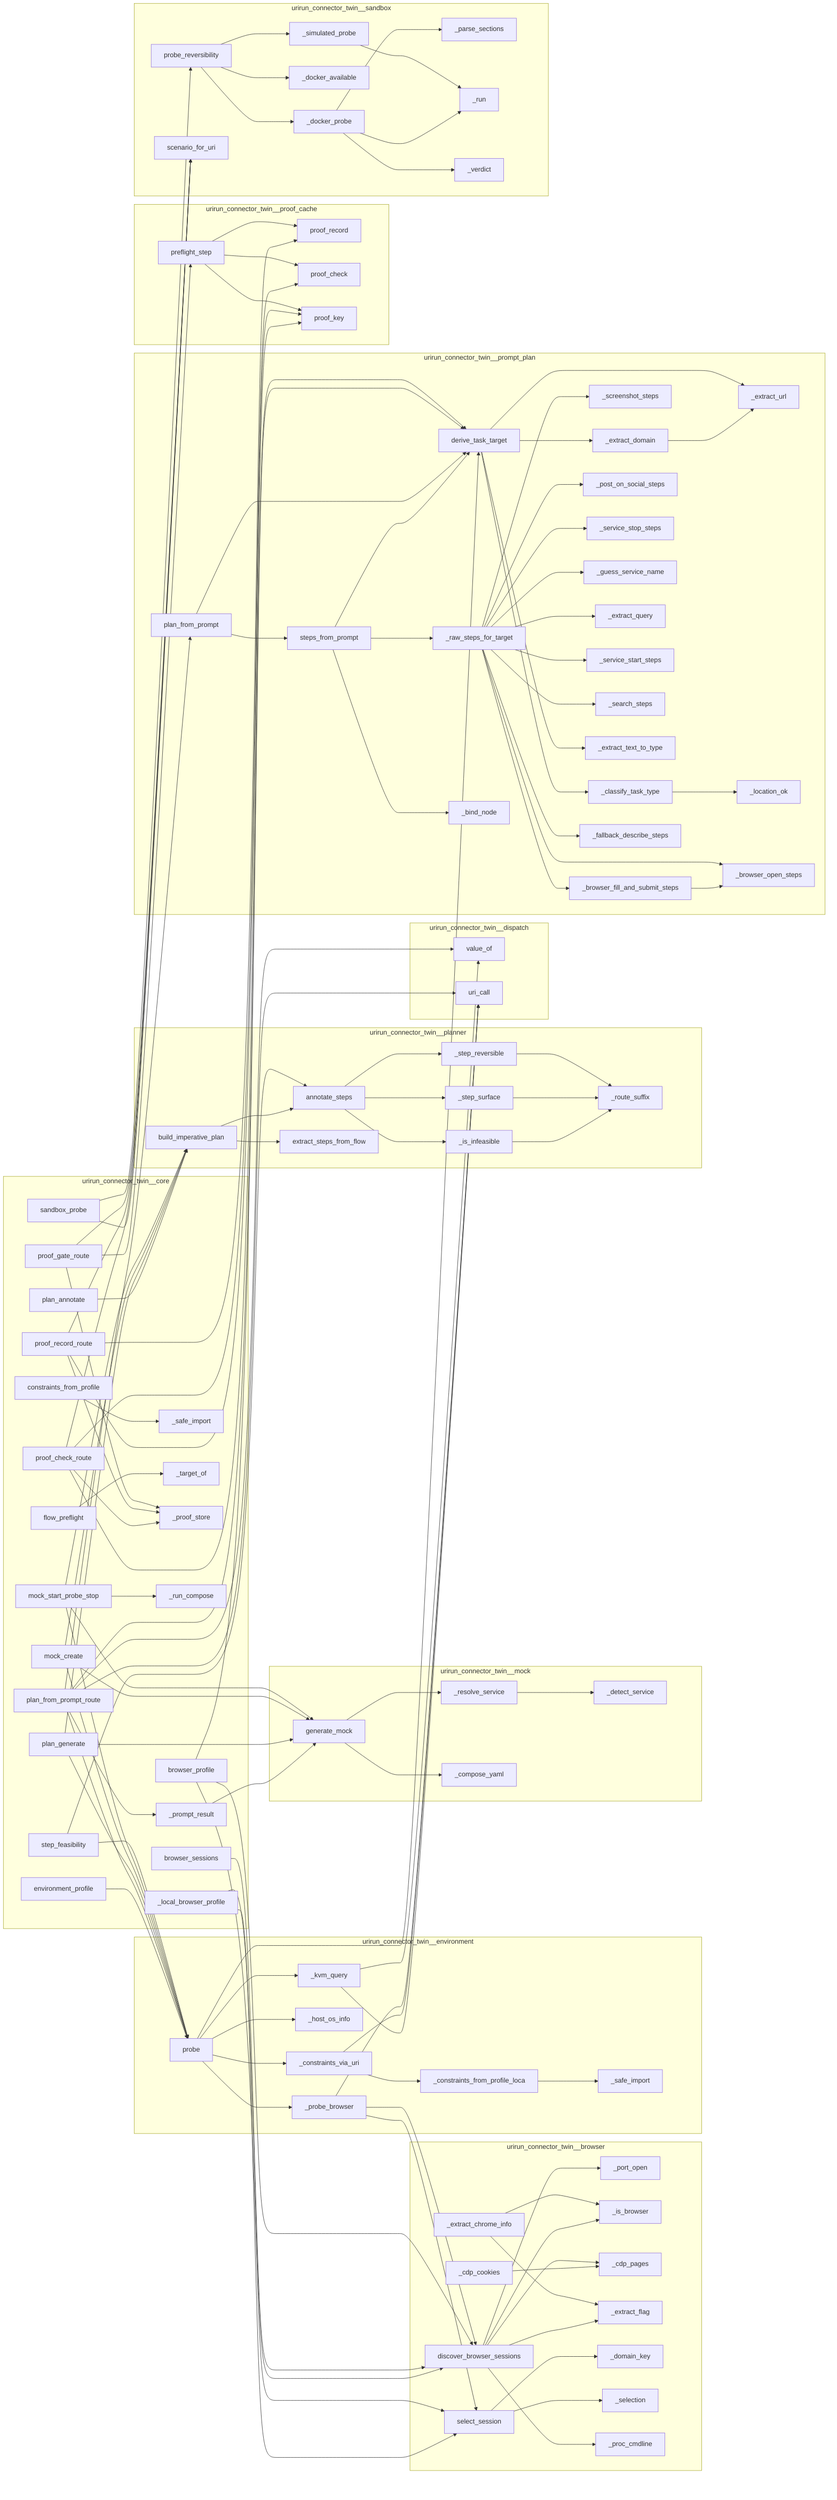
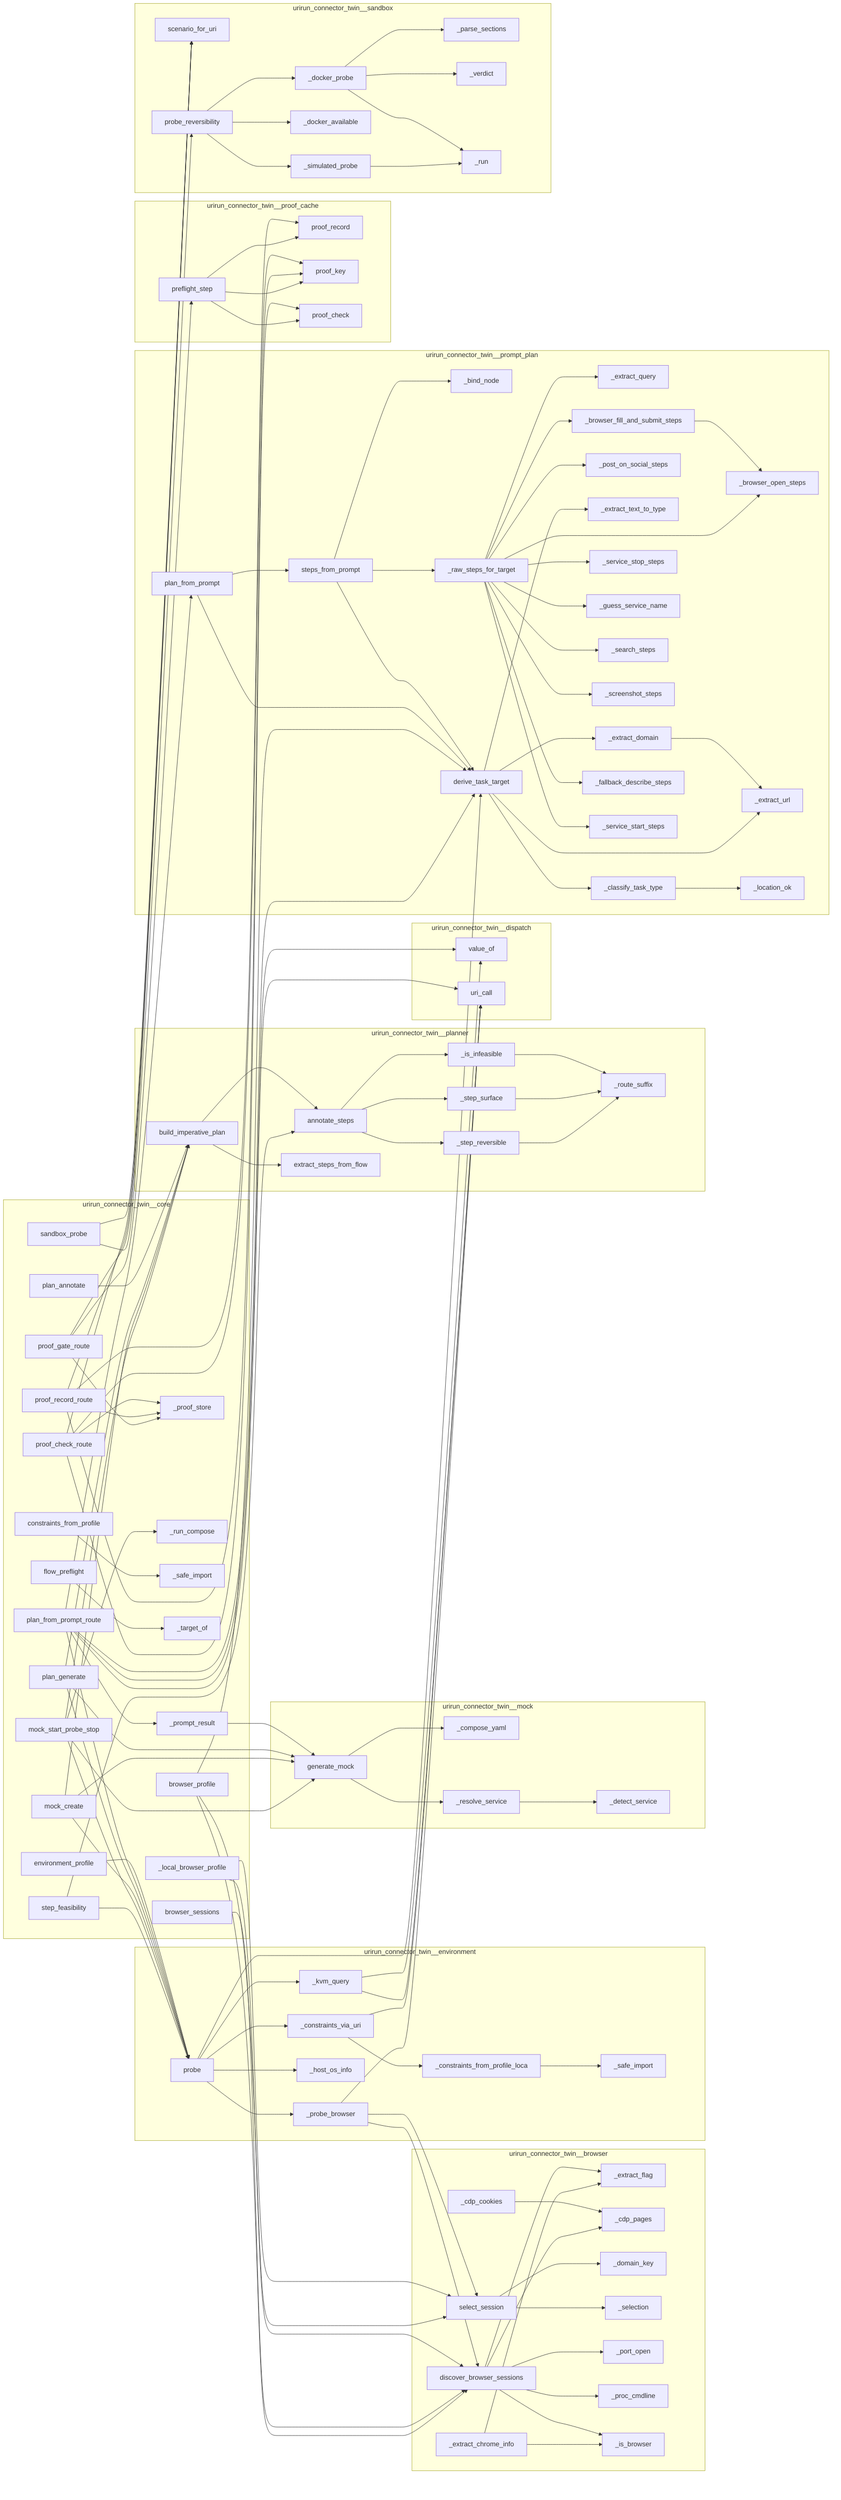
flowchart LR
%% generated in 0.00s
    subgraph urirun_connector_twin__browser
+         urirun_connector_twin__browser__select_session["select_session"]
+         urirun_connector_twin__browser___extract_flag["_extract_flag"]
        urirun_connector_twin__browser___extract_chrome_info["_extract_chrome_info"]
+         urirun_connector_twin__browser___cdp_pages["_cdp_pages"]
+         urirun_connector_twin__browser___domain_key["_domain_key"]
+         urirun_connector_twin__browser___cdp_cookies["_cdp_cookies"]
+         urirun_connector_twin__browser___selection["_selection"]
        urirun_connector_twin__browser___port_open["_port_open"]
        urirun_connector_twin__browser__discover_browser_sessions["discover_browser_sessions"]
+         urirun_connector_twin__browser___proc_cmdline["_proc_cmdline"]
        urirun_connector_twin__browser___is_browser["_is_browser"]
-         urirun_connector_twin__browser__select_session["select_session"]
-         urirun_connector_twin__browser___cdp_pages["_cdp_pages"]
-         urirun_connector_twin__browser___extract_flag["_extract_flag"]
-         urirun_connector_twin__browser___domain_key["_domain_key"]
-         urirun_connector_twin__browser___selection["_selection"]
-         urirun_connector_twin__browser___proc_cmdline["_proc_cmdline"]
-         urirun_connector_twin__browser___cdp_cookies["_cdp_cookies"]
    end
    subgraph urirun_connector_twin__core
-         urirun_connector_twin__core__browser_profile["browser_profile"]
+         urirun_connector_twin__core__flow_preflight["flow_preflight"]
        urirun_connector_twin__core__browser_sessions["browser_sessions"]
-         urirun_connector_twin__core___safe_import["_safe_import"]
+         urirun_connector_twin__core__sandbox_probe["sandbox_probe"]
        urirun_connector_twin__core___prompt_result["_prompt_result"]
        urirun_connector_twin__core__mock_create["mock_create"]
-         urirun_connector_twin__core__sandbox_probe["sandbox_probe"]
        urirun_connector_twin__core__proof_check_route["proof_check_route"]
+         urirun_connector_twin__core__proof_record_route["proof_record_route"]
+         urirun_connector_twin__core___proof_store["_proof_store"]
        urirun_connector_twin__core__environment_profile["environment_profile"]
-         urirun_connector_twin__core__proof_record_route["proof_record_route"]
+         urirun_connector_twin__core___run_compose["_run_compose"]
+         urirun_connector_twin__core___safe_import["_safe_import"]
+         urirun_connector_twin__core___local_browser_profile["_local_browser_profile"]
+         urirun_connector_twin__core__plan_generate["plan_generate"]
        urirun_connector_twin__core__plan_annotate["plan_annotate"]
-         urirun_connector_twin__core___target_of["_target_of"]
-         urirun_connector_twin__core__flow_preflight["flow_preflight"]
-         urirun_connector_twin__core___proof_store["_proof_store"]
-         urirun_connector_twin__core__proof_gate_route["proof_gate_route"]
        urirun_connector_twin__core__constraints_from_profile["constraints_from_profile"]
        urirun_connector_twin__core__plan_from_prompt_route["plan_from_prompt_route"]
+         urirun_connector_twin__core__proof_gate_route["proof_gate_route"]
+         urirun_connector_twin__core___target_of["_target_of"]
+         urirun_connector_twin__core__step_feasibility["step_feasibility"]
+         urirun_connector_twin__core__browser_profile["browser_profile"]
        urirun_connector_twin__core__mock_start_probe_stop["mock_start_probe_stop"]
-         urirun_connector_twin__core__plan_generate["plan_generate"]
-         urirun_connector_twin__core___local_browser_profile["_local_browser_profile"]
-         urirun_connector_twin__core___run_compose["_run_compose"]
-         urirun_connector_twin__core__step_feasibility["step_feasibility"]
    end
    subgraph urirun_connector_twin__dispatch
        urirun_connector_twin__dispatch__value_of["value_of"]
        urirun_connector_twin__dispatch__uri_call["uri_call"]
    end
    subgraph urirun_connector_twin__environment
-         urirun_connector_twin__environment___safe_import["_safe_import"]
+         urirun_connector_twin__environment___kvm_query["_kvm_query"]
+         urirun_connector_twin__environment___constraints_from_profile_local["_constraints_from_profile_loca"]
        urirun_connector_twin__environment___constraints_via_uri["_constraints_via_uri"]
        urirun_connector_twin__environment___probe_browser["_probe_browser"]
+         urirun_connector_twin__environment__probe["probe"]
        urirun_connector_twin__environment___host_os_info["_host_os_info"]
-         urirun_connector_twin__environment___kvm_query["_kvm_query"]
-         urirun_connector_twin__environment__probe["probe"]
-         urirun_connector_twin__environment___constraints_from_profile_local["_constraints_from_profile_loca"]
+         urirun_connector_twin__environment___safe_import["_safe_import"]
    end
    subgraph urirun_connector_twin__mock
        urirun_connector_twin__mock___detect_service["_detect_service"]
+         urirun_connector_twin__mock___compose_yaml["_compose_yaml"]
        urirun_connector_twin__mock___resolve_service["_resolve_service"]
        urirun_connector_twin__mock__generate_mock["generate_mock"]
-         urirun_connector_twin__mock___compose_yaml["_compose_yaml"]
    end
    subgraph urirun_connector_twin__planner
+         urirun_connector_twin__planner__build_imperative_plan["build_imperative_plan"]
+         urirun_connector_twin__planner__annotate_steps["annotate_steps"]
+         urirun_connector_twin__planner__extract_steps_from_flow["extract_steps_from_flow"]
+         urirun_connector_twin__planner___step_surface["_step_surface"]
        urirun_connector_twin__planner___step_reversible["_step_reversible"]
-         urirun_connector_twin__planner___step_surface["_step_surface"]
-         urirun_connector_twin__planner__build_imperative_plan["build_imperative_plan"]
+         urirun_connector_twin__planner___is_infeasible["_is_infeasible"]
        urirun_connector_twin__planner___route_suffix["_route_suffix"]
-         urirun_connector_twin__planner__annotate_steps["annotate_steps"]
-         urirun_connector_twin__planner___is_infeasible["_is_infeasible"]
-         urirun_connector_twin__planner__extract_steps_from_flow["extract_steps_from_flow"]
    end
    subgraph urirun_connector_twin__prompt_plan
+         urirun_connector_twin__prompt_plan__steps_from_prompt["steps_from_prompt"]
+         urirun_connector_twin__prompt_plan___extract_query["_extract_query"]
+         urirun_connector_twin__prompt_plan___classify_task_type["_classify_task_type"]
+         urirun_connector_twin__prompt_plan__plan_from_prompt["plan_from_prompt"]
+         urirun_connector_twin__prompt_plan___post_on_social_steps["_post_on_social_steps"]
+         urirun_connector_twin__prompt_plan___extract_text_to_type["_extract_text_to_type"]
        urirun_connector_twin__prompt_plan___extract_domain["_extract_domain"]
+         urirun_connector_twin__prompt_plan___bind_node["_bind_node"]
+         urirun_connector_twin__prompt_plan___browser_open_steps["_browser_open_steps"]
+         urirun_connector_twin__prompt_plan__derive_task_target["derive_task_target"]
+         urirun_connector_twin__prompt_plan___service_stop_steps["_service_stop_steps"]
        urirun_connector_twin__prompt_plan___extract_url["_extract_url"]
-         urirun_connector_twin__prompt_plan__steps_from_prompt["steps_from_prompt"]
+         urirun_connector_twin__prompt_plan___guess_service_name["_guess_service_name"]
+         urirun_connector_twin__prompt_plan___search_steps["_search_steps"]
+         urirun_connector_twin__prompt_plan___screenshot_steps["_screenshot_steps"]
+         urirun_connector_twin__prompt_plan___raw_steps_for_target["_raw_steps_for_target"]
+         urirun_connector_twin__prompt_plan___browser_fill_and_submit_steps["_browser_fill_and_submit_steps"]
        urirun_connector_twin__prompt_plan___location_ok["_location_ok"]
-         urirun_connector_twin__prompt_plan___screenshot_steps["_screenshot_steps"]
-         urirun_connector_twin__prompt_plan___browser_fill_and_submit_steps["_browser_fill_and_submit_steps"]
-         urirun_connector_twin__prompt_plan___post_on_social_steps["_post_on_social_steps"]
-         urirun_connector_twin__prompt_plan___service_stop_steps["_service_stop_steps"]
-         urirun_connector_twin__prompt_plan___guess_service_name["_guess_service_name"]
-         urirun_connector_twin__prompt_plan__derive_task_target["derive_task_target"]
-         urirun_connector_twin__prompt_plan___extract_query["_extract_query"]
+         urirun_connector_twin__prompt_plan___fallback_describe_steps["_fallback_describe_steps"]
        urirun_connector_twin__prompt_plan___service_start_steps["_service_start_steps"]
-         urirun_connector_twin__prompt_plan__plan_from_prompt["plan_from_prompt"]
-         urirun_connector_twin__prompt_plan___search_steps["_search_steps"]
-         urirun_connector_twin__prompt_plan___browser_open_steps["_browser_open_steps"]
-         urirun_connector_twin__prompt_plan___extract_text_to_type["_extract_text_to_type"]
-         urirun_connector_twin__prompt_plan___classify_task_type["_classify_task_type"]
-         urirun_connector_twin__prompt_plan___fallback_describe_steps["_fallback_describe_steps"]
-         urirun_connector_twin__prompt_plan___raw_steps_for_target["_raw_steps_for_target"]
-         urirun_connector_twin__prompt_plan___bind_node["_bind_node"]
    end
    subgraph urirun_connector_twin__proof_cache
+         urirun_connector_twin__proof_cache__preflight_step["preflight_step"]
        urirun_connector_twin__proof_cache__proof_record["proof_record"]
-         urirun_connector_twin__proof_cache__preflight_step["preflight_step"]
+         urirun_connector_twin__proof_cache__proof_key["proof_key"]
        urirun_connector_twin__proof_cache__proof_check["proof_check"]
-         urirun_connector_twin__proof_cache__proof_key["proof_key"]
    end
    subgraph urirun_connector_twin__sandbox
-         urirun_connector_twin__sandbox__probe_reversibility["probe_reversibility"]
+         urirun_connector_twin__sandbox___docker_probe["_docker_probe"]
        urirun_connector_twin__sandbox___parse_sections["_parse_sections"]
-         urirun_connector_twin__sandbox___run["_run"]
-         urirun_connector_twin__sandbox___simulated_probe["_simulated_probe"]
+         urirun_connector_twin__sandbox__scenario_for_uri["scenario_for_uri"]
        urirun_connector_twin__sandbox___verdict["_verdict"]
        urirun_connector_twin__sandbox___docker_available["_docker_available"]
-         urirun_connector_twin__sandbox__scenario_for_uri["scenario_for_uri"]
-         urirun_connector_twin__sandbox___docker_probe["_docker_probe"]
+         urirun_connector_twin__sandbox__probe_reversibility["probe_reversibility"]
+         urirun_connector_twin__sandbox___simulated_probe["_simulated_probe"]
+         urirun_connector_twin__sandbox___run["_run"]
    end
    urirun_connector_twin__sandbox___docker_probe --> urirun_connector_twin__sandbox___run
    urirun_connector_twin__sandbox___docker_probe --> urirun_connector_twin__sandbox___parse_sections
    urirun_connector_twin__sandbox___docker_probe --> urirun_connector_twin__sandbox___verdict
    urirun_connector_twin__sandbox___simulated_probe --> urirun_connector_twin__sandbox___run
    urirun_connector_twin__sandbox__probe_reversibility --> urirun_connector_twin__sandbox___docker_available
    urirun_connector_twin__sandbox__probe_reversibility --> urirun_connector_twin__sandbox___docker_probe
    urirun_connector_twin__sandbox__probe_reversibility --> urirun_connector_twin__sandbox___simulated_probe
    urirun_connector_twin__mock___resolve_service --> urirun_connector_twin__mock___detect_service
    urirun_connector_twin__mock__generate_mock --> urirun_connector_twin__mock___resolve_service
    urirun_connector_twin__mock__generate_mock --> urirun_connector_twin__mock___compose_yaml
    urirun_connector_twin__browser___cdp_cookies --> urirun_connector_twin__browser___cdp_pages
    urirun_connector_twin__browser__discover_browser_sessions --> urirun_connector_twin__browser___proc_cmdline
    urirun_connector_twin__browser__discover_browser_sessions --> urirun_connector_twin__browser___extract_flag
    urirun_connector_twin__browser__discover_browser_sessions --> urirun_connector_twin__browser___port_open
    urirun_connector_twin__browser__discover_browser_sessions --> urirun_connector_twin__browser___is_browser
    urirun_connector_twin__browser__discover_browser_sessions --> urirun_connector_twin__browser___cdp_pages
    urirun_connector_twin__browser__select_session --> urirun_connector_twin__browser___domain_key
    urirun_connector_twin__browser__select_session --> urirun_connector_twin__browser___selection
    urirun_connector_twin__browser___extract_chrome_info --> urirun_connector_twin__browser___extract_flag
    urirun_connector_twin__browser___extract_chrome_info --> urirun_connector_twin__browser___is_browser
    urirun_connector_twin__planner___is_infeasible --> urirun_connector_twin__planner___route_suffix
    urirun_connector_twin__planner___step_surface --> urirun_connector_twin__planner___route_suffix
    urirun_connector_twin__planner___step_reversible --> urirun_connector_twin__planner___route_suffix
    urirun_connector_twin__planner__annotate_steps --> urirun_connector_twin__planner___is_infeasible
    urirun_connector_twin__planner__annotate_steps --> urirun_connector_twin__planner___step_reversible
    urirun_connector_twin__planner__annotate_steps --> urirun_connector_twin__planner___step_surface
    urirun_connector_twin__planner__build_imperative_plan --> urirun_connector_twin__planner__extract_steps_from_flow
    urirun_connector_twin__planner__build_imperative_plan --> urirun_connector_twin__planner__annotate_steps
    urirun_connector_twin__prompt_plan___extract_domain --> urirun_connector_twin__prompt_plan___extract_url
    urirun_connector_twin__prompt_plan___browser_fill_and_submit_steps --> urirun_connector_twin__prompt_plan___browser_open_steps
    urirun_connector_twin__prompt_plan___classify_task_type --> urirun_connector_twin__prompt_plan___location_ok
    urirun_connector_twin__prompt_plan__derive_task_target --> urirun_connector_twin__prompt_plan___extract_domain
    urirun_connector_twin__prompt_plan__derive_task_target --> urirun_connector_twin__prompt_plan___extract_url
    urirun_connector_twin__prompt_plan__derive_task_target --> urirun_connector_twin__prompt_plan___extract_text_to_type
    urirun_connector_twin__prompt_plan__derive_task_target --> urirun_connector_twin__prompt_plan___classify_task_type
    urirun_connector_twin__prompt_plan___raw_steps_for_target --> urirun_connector_twin__prompt_plan___fallback_describe_steps
    urirun_connector_twin__prompt_plan___raw_steps_for_target --> urirun_connector_twin__prompt_plan___post_on_social_steps
    urirun_connector_twin__prompt_plan___raw_steps_for_target --> urirun_connector_twin__prompt_plan___search_steps
    urirun_connector_twin__prompt_plan___raw_steps_for_target --> urirun_connector_twin__prompt_plan___browser_fill_and_submit_steps
    urirun_connector_twin__prompt_plan___raw_steps_for_target --> urirun_connector_twin__prompt_plan___browser_open_steps
    urirun_connector_twin__prompt_plan___raw_steps_for_target --> urirun_connector_twin__prompt_plan___screenshot_steps
    urirun_connector_twin__prompt_plan___raw_steps_for_target --> urirun_connector_twin__prompt_plan___service_start_steps
    urirun_connector_twin__prompt_plan___raw_steps_for_target --> urirun_connector_twin__prompt_plan___service_stop_steps
    urirun_connector_twin__prompt_plan___raw_steps_for_target --> urirun_connector_twin__prompt_plan___extract_query
    urirun_connector_twin__prompt_plan___raw_steps_for_target --> urirun_connector_twin__prompt_plan___guess_service_name
    urirun_connector_twin__prompt_plan__steps_from_prompt --> urirun_connector_twin__prompt_plan___bind_node
    urirun_connector_twin__prompt_plan__steps_from_prompt --> urirun_connector_twin__prompt_plan___raw_steps_for_target
    urirun_connector_twin__prompt_plan__steps_from_prompt --> urirun_connector_twin__prompt_plan__derive_task_target
    urirun_connector_twin__prompt_plan__plan_from_prompt --> urirun_connector_twin__prompt_plan__derive_task_target
    urirun_connector_twin__prompt_plan__plan_from_prompt --> urirun_connector_twin__prompt_plan__steps_from_prompt
    urirun_connector_twin__core___local_browser_profile --> urirun_connector_twin__browser__discover_browser_sessions
    urirun_connector_twin__core___local_browser_profile --> urirun_connector_twin__browser__select_session
    urirun_connector_twin__core___prompt_result --> urirun_connector_twin__mock__generate_mock
    urirun_connector_twin__core__environment_profile --> urirun_connector_twin__environment__probe
    urirun_connector_twin__core__constraints_from_profile --> urirun_connector_twin__core___safe_import
    urirun_connector_twin__core__browser_sessions --> urirun_connector_twin__browser__discover_browser_sessions
    urirun_connector_twin__core__browser_profile --> urirun_connector_twin__browser__discover_browser_sessions
    urirun_connector_twin__core__browser_profile --> urirun_connector_twin__browser__select_session
    urirun_connector_twin__core__browser_profile --> urirun_connector_twin__prompt_plan__derive_task_target
    urirun_connector_twin__core__plan_from_prompt_route --> urirun_connector_twin__prompt_plan__derive_task_target
    urirun_connector_twin__core__plan_from_prompt_route --> urirun_connector_twin__prompt_plan__plan_from_prompt
    urirun_connector_twin__core__plan_from_prompt_route --> urirun_connector_twin__dispatch__uri_call
    urirun_connector_twin__core__plan_from_prompt_route --> urirun_connector_twin__core___prompt_result
    urirun_connector_twin__core__plan_from_prompt_route --> urirun_connector_twin__dispatch__value_of
    urirun_connector_twin__core__plan_from_prompt_route --> urirun_connector_twin__environment__probe
    urirun_connector_twin__core__plan_annotate --> urirun_connector_twin__planner__build_imperative_plan
    urirun_connector_twin__core__plan_generate --> urirun_connector_twin__environment__probe
    urirun_connector_twin__core__plan_generate --> urirun_connector_twin__planner__build_imperative_plan
    urirun_connector_twin__core__plan_generate --> urirun_connector_twin__mock__generate_mock
    urirun_connector_twin__core__mock_create --> urirun_connector_twin__environment__probe
    urirun_connector_twin__core__mock_create --> urirun_connector_twin__planner__build_imperative_plan
    urirun_connector_twin__core__mock_create --> urirun_connector_twin__mock__generate_mock
    urirun_connector_twin__core__mock_start_probe_stop --> urirun_connector_twin__environment__probe
    urirun_connector_twin__core__mock_start_probe_stop --> urirun_connector_twin__planner__build_imperative_plan
    urirun_connector_twin__core__mock_start_probe_stop --> urirun_connector_twin__mock__generate_mock
    urirun_connector_twin__core__mock_start_probe_stop --> urirun_connector_twin__core___run_compose
    urirun_connector_twin__core__step_feasibility --> urirun_connector_twin__environment__probe
    urirun_connector_twin__core__step_feasibility --> urirun_connector_twin__planner__annotate_steps
    urirun_connector_twin__core__sandbox_probe --> urirun_connector_twin__sandbox__probe_reversibility
    urirun_connector_twin__core__sandbox_probe --> urirun_connector_twin__sandbox__scenario_for_uri
    urirun_connector_twin__core__proof_check_route --> urirun_connector_twin__proof_cache__proof_key
    urirun_connector_twin__core__proof_check_route --> urirun_connector_twin__proof_cache__proof_check
    urirun_connector_twin__core__proof_check_route --> urirun_connector_twin__sandbox__scenario_for_uri
    urirun_connector_twin__core__proof_check_route --> urirun_connector_twin__core___proof_store
    urirun_connector_twin__core__proof_record_route --> urirun_connector_twin__sandbox__scenario_for_uri
    urirun_connector_twin__core__proof_record_route --> urirun_connector_twin__proof_cache__proof_key
    urirun_connector_twin__core__proof_record_route --> urirun_connector_twin__proof_cache__proof_record
    urirun_connector_twin__core__proof_record_route --> urirun_connector_twin__core___proof_store
    urirun_connector_twin__core__proof_gate_route --> urirun_connector_twin__proof_cache__preflight_step
    urirun_connector_twin__core__proof_gate_route --> urirun_connector_twin__sandbox__scenario_for_uri
    urirun_connector_twin__core__proof_gate_route --> urirun_connector_twin__core___proof_store
    urirun_connector_twin__core__flow_preflight --> urirun_connector_twin__core___target_of
    urirun_connector_twin__environment___kvm_query --> urirun_connector_twin__dispatch__uri_call
    urirun_connector_twin__environment___kvm_query --> urirun_connector_twin__dispatch__value_of
    urirun_connector_twin__environment___constraints_from_profile_local --> urirun_connector_twin__environment___safe_import
    urirun_connector_twin__environment___constraints_via_uri --> urirun_connector_twin__dispatch__uri_call
    urirun_connector_twin__environment___constraints_via_uri --> urirun_connector_twin__environment___constraints_from_profile_local
    urirun_connector_twin__environment___probe_browser --> urirun_connector_twin__dispatch__uri_call
    urirun_connector_twin__environment___probe_browser --> urirun_connector_twin__browser__select_session
    urirun_connector_twin__environment___probe_browser --> urirun_connector_twin__browser__discover_browser_sessions
    urirun_connector_twin__environment__probe --> urirun_connector_twin__environment___host_os_info
    urirun_connector_twin__environment__probe --> urirun_connector_twin__environment___constraints_via_uri
    urirun_connector_twin__environment__probe --> urirun_connector_twin__environment___probe_browser
    urirun_connector_twin__environment__probe --> urirun_connector_twin__environment___kvm_query
    urirun_connector_twin__environment__probe --> urirun_connector_twin__prompt_plan__derive_task_target
    urirun_connector_twin__proof_cache__preflight_step --> urirun_connector_twin__proof_cache__proof_key
    urirun_connector_twin__proof_cache__preflight_step --> urirun_connector_twin__proof_cache__proof_check
    urirun_connector_twin__proof_cache__preflight_step --> urirun_connector_twin__proof_cache__proof_record
